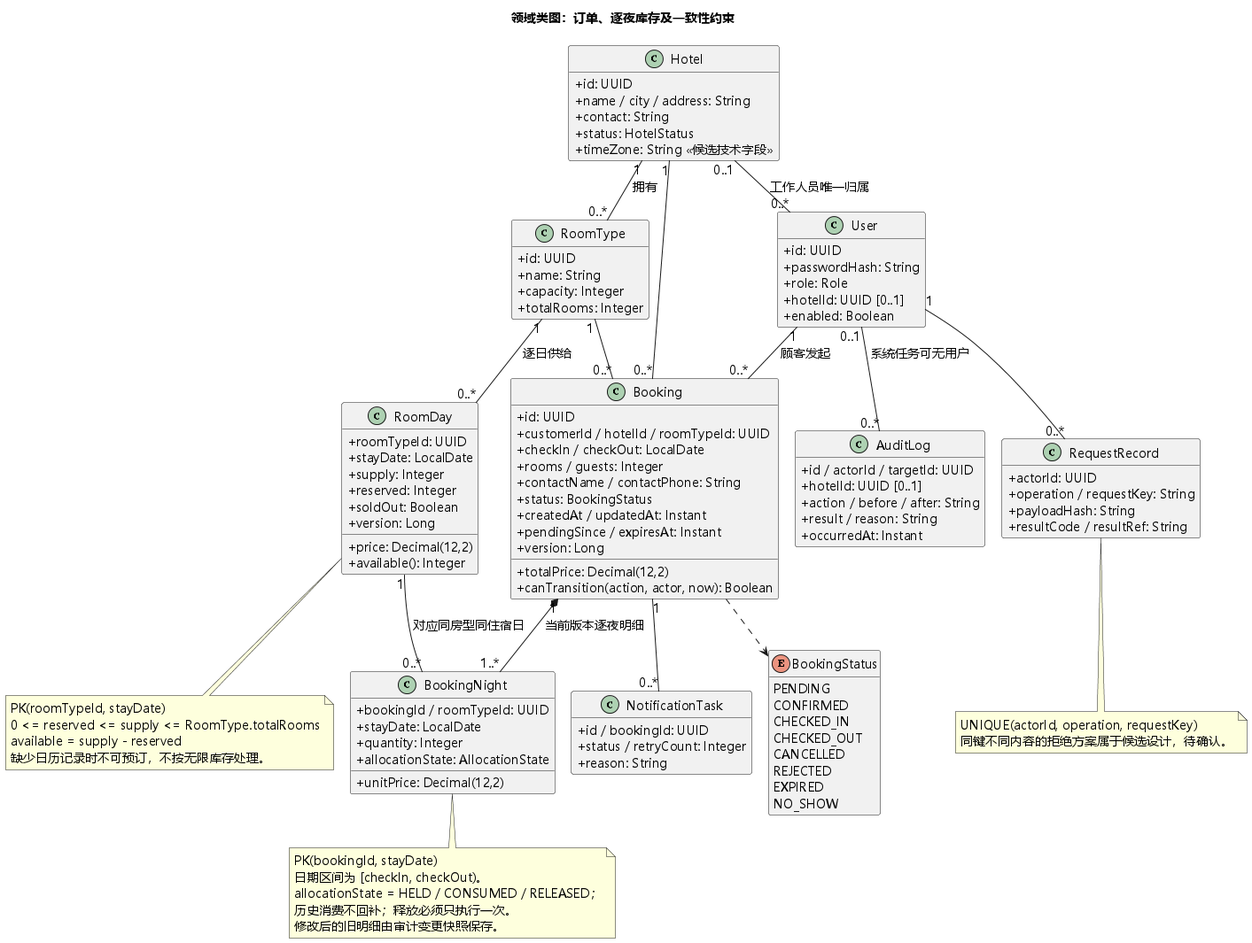
Earlier version of the PlantUML export LAB2/实验2_241820122_商世雄/UML/02_领域类图.png (bear0327/software-engineering-lab).
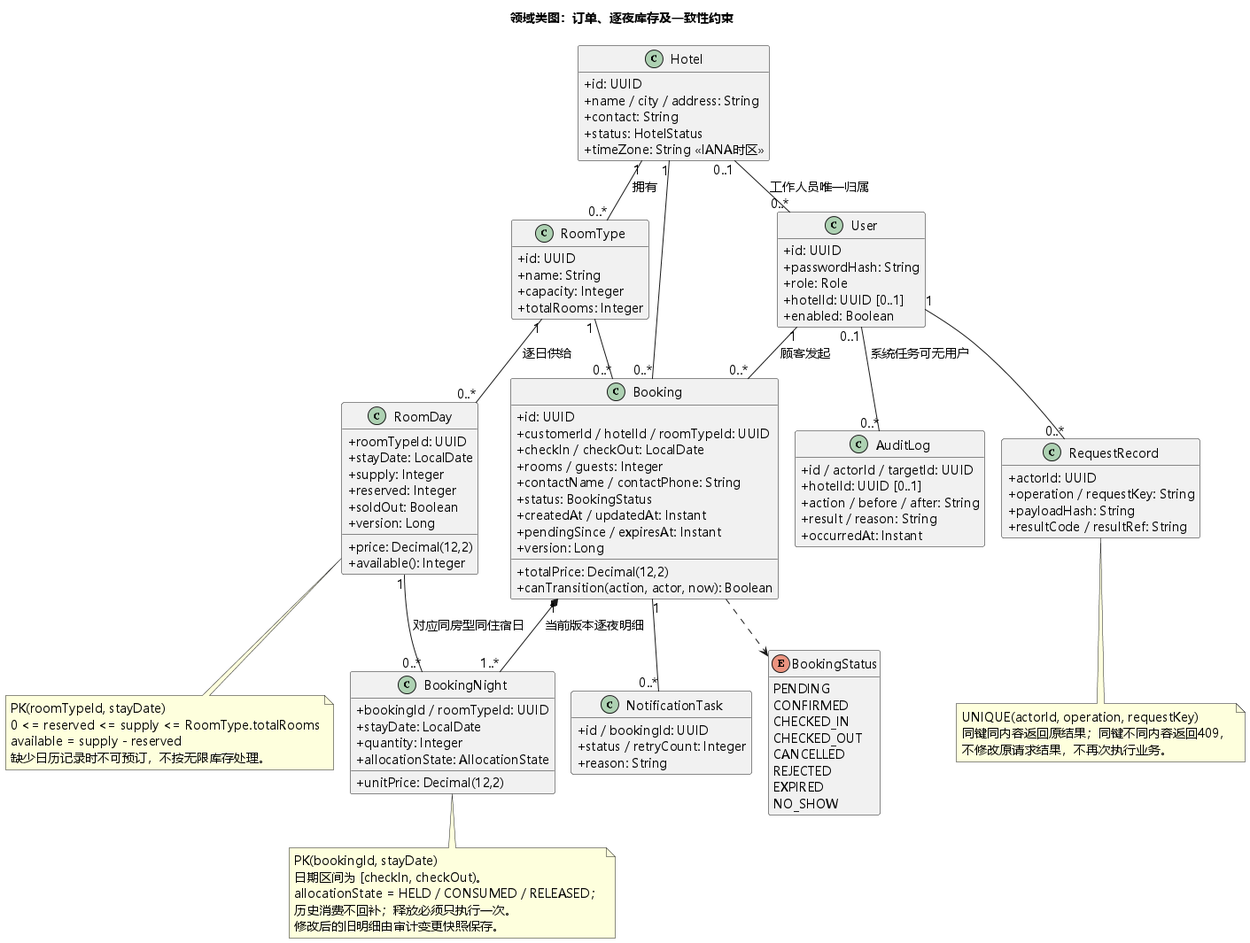
Above is the later version.

What changed in the source:
```diff
@@ -19,7 +19,7 @@
   +name / city / address: String
   +contact: String
   +status: HotelStatus
-  +timeZone: String <<候选技术字段>>
+  +timeZone: String <<IANA时区>>
 }
 class RoomType {
   +id: UUID
@@ -112,6 +112,7 @@
 end note
 note bottom of RequestRecord
 UNIQUE(actorId, operation, requestKey)
-同键不同内容的拒绝方案属于候选设计，待确认。
+同键同内容返回原结果；同键不同内容返回409，
+不修改原请求结果，不再次执行业务。
 end note
 @enduml
```
